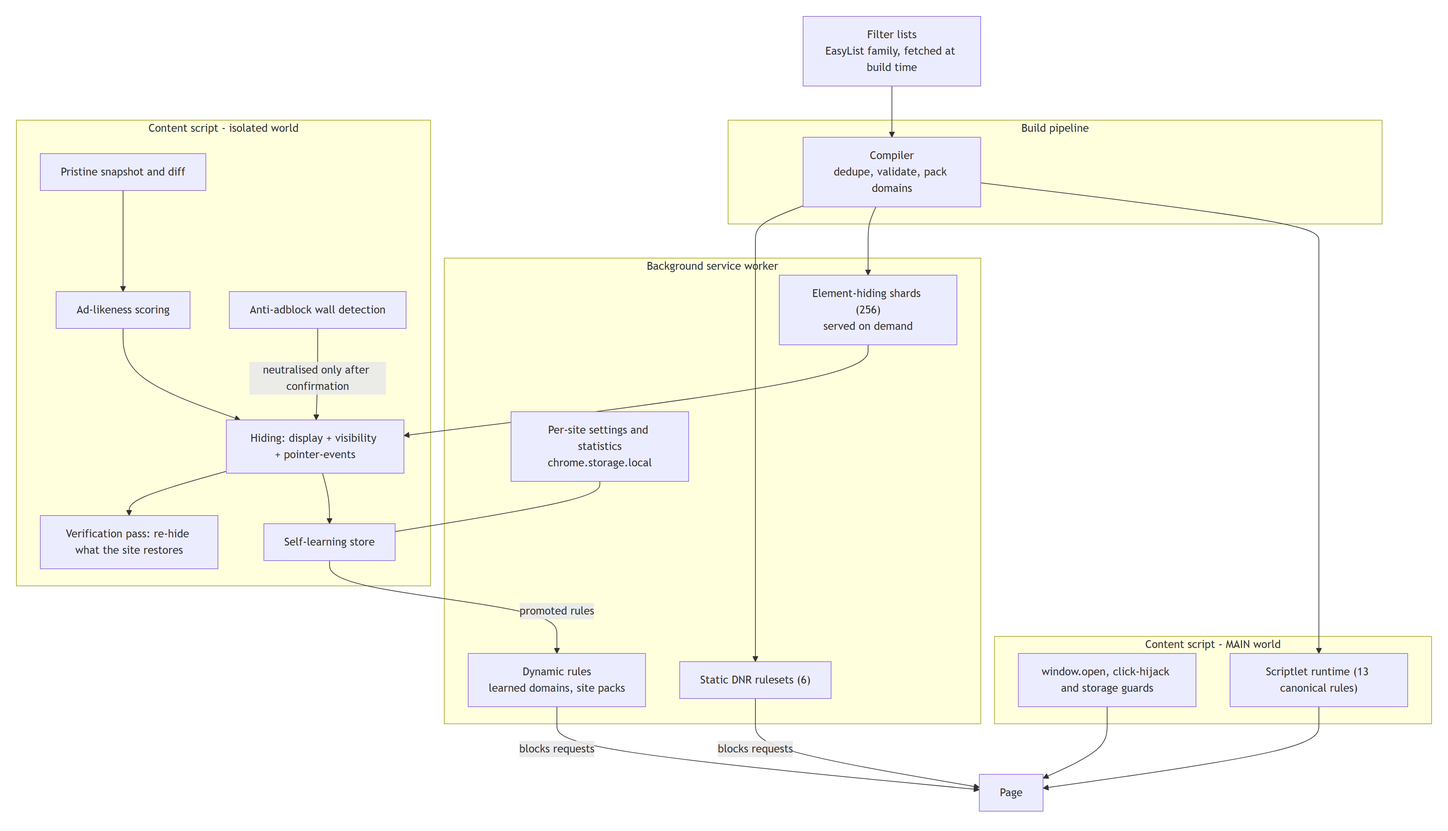
Before: docs/diagrams/architecture-en.png, a diagram exported from Mermaid (jfxia/AdBlow). Its source is kept beside it as docs/diagrams/architecture-en.mmd.
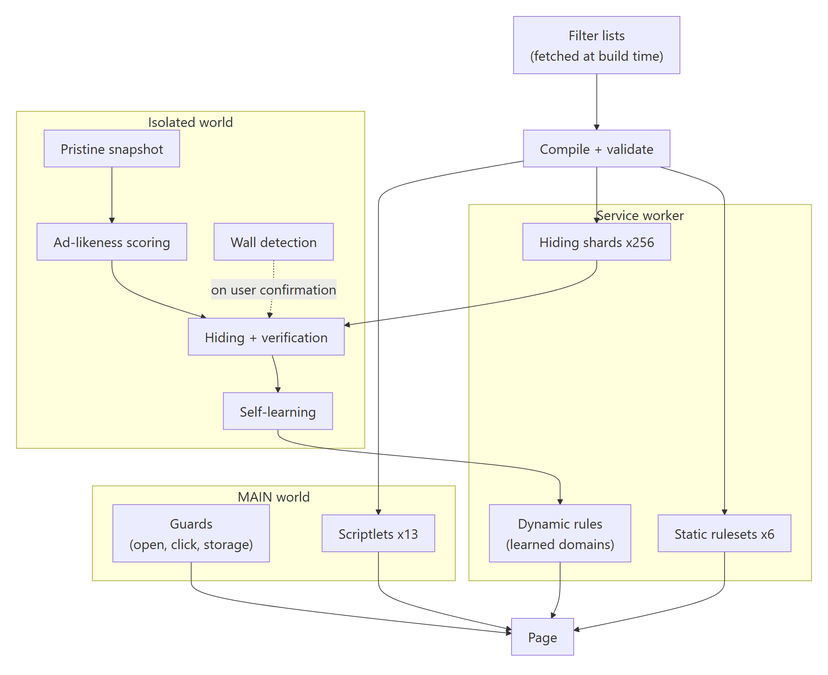
The same diagram one commit later.

Change to the diagram source:
```diff
@@ -1,38 +1,43 @@
 flowchart TB
-  lists["Filter lists<br/>EasyList family, fetched at build time"]
-  subgraph build["Build pipeline"]
-    compile["Compiler<br/>dedupe, validate, pack domains"]
+  lists["Filter lists<br/>(fetched at build time)"]
+  compile["Compile + validate"]
+  lists --> compile
+
+  subgraph sw["Service worker"]
+    direction TB
+    rules["Static rulesets x6"]
+    dynamic["Dynamic rules<br/>(learned domains)"]
+    shards["Hiding shards x256"]
   end
-  subgraph sw["Background service worker"]
-    rulesets["Static DNR rulesets (6)"]
-    dynamic["Dynamic rules<br/>learned domains, site packs"]
-    shards["Element-hiding shards (256)<br/>served on demand"]
-    stats["Per-site settings and statistics<br/>chrome.storage.local"]
+
+  subgraph iso["Isolated world"]
+    direction TB
+    snapshot["Pristine snapshot"]
+    score["Ad-likeness scoring"]
+    hiding["Hiding + verification"]
+    learn["Self-learning"]
+    wall["Wall detection"]
   end
-  subgraph isolated["Content script - isolated world"]
-    pristine["Pristine snapshot and diff"]
-    judge["Ad-likeness scoring"]
-    hide["Hiding: display + visibility + pointer-events"]
-    verify["Verification pass: re-hide what the site restores"]
-    learn["Self-learning store"]
-    wall["Anti-adblock wall detection"]
+
+  subgraph mw["MAIN world"]
+    direction TB
+    guards["Guards<br/>(open, click, storage)"]
+    scriptlets["Scriptlets x13"]
   end
-  subgraph main["Content script - MAIN world"]
-    guards["window.open, click-hijack and storage guards"]
-    runtime["Scriptlet runtime (13 canonical rules)"]
-  end
+
   page["Page"]
 
-  lists --> compile --> rulesets
+  compile --> rules
   compile --> shards
-  compile --> runtime
-  rulesets -->|"blocks requests"| page
-  dynamic -->|"blocks requests"| page
-  shards --> hide
-  pristine --> judge --> hide --> verify
-  hide --> learn
-  learn -->|"promoted rules"| dynamic
-  stats --- learn
-  wall -->|"neutralised only after confirmation"| hide
+  compile --> scriptlets
+  shards --> hiding
+  snapshot --> score
+  score --> hiding
+  hiding --> learn
+  learn --> dynamic
+  wall -. "on user confirmation" .-> hiding
+  hiding ~~~ guards
+  rules --> page
+  dynamic --> page
   guards --> page
-  runtime --> page
+  scriptlets --> page
```
